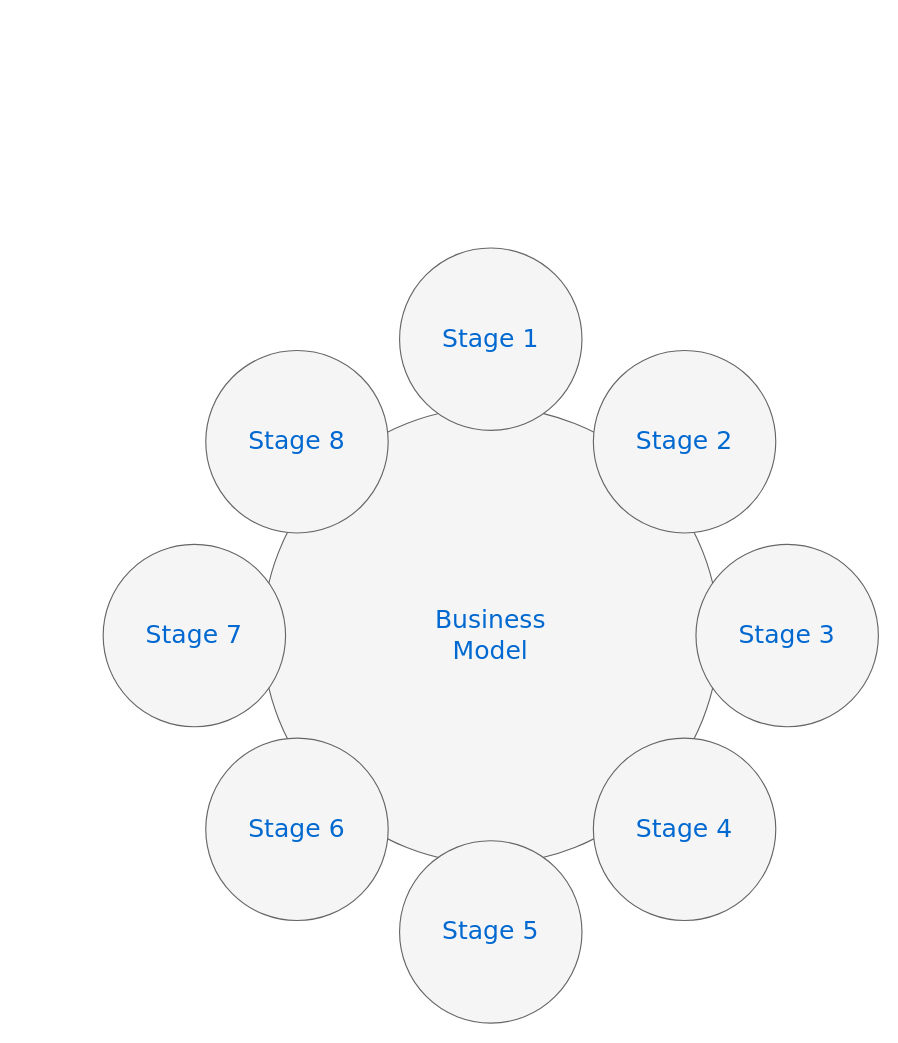
Before: 未命名绘图.drawio in importtao/jdk8demo, a draw.io diagram. Source tidied: cells renumbered, new cells numbered last; positions are measured from the earlier drawing's top-left corner, leaving out a move shared by most shapes. Both pictures are drawn from the tidied source at 114%, with x=0, y=0 at pixel (103, 247).
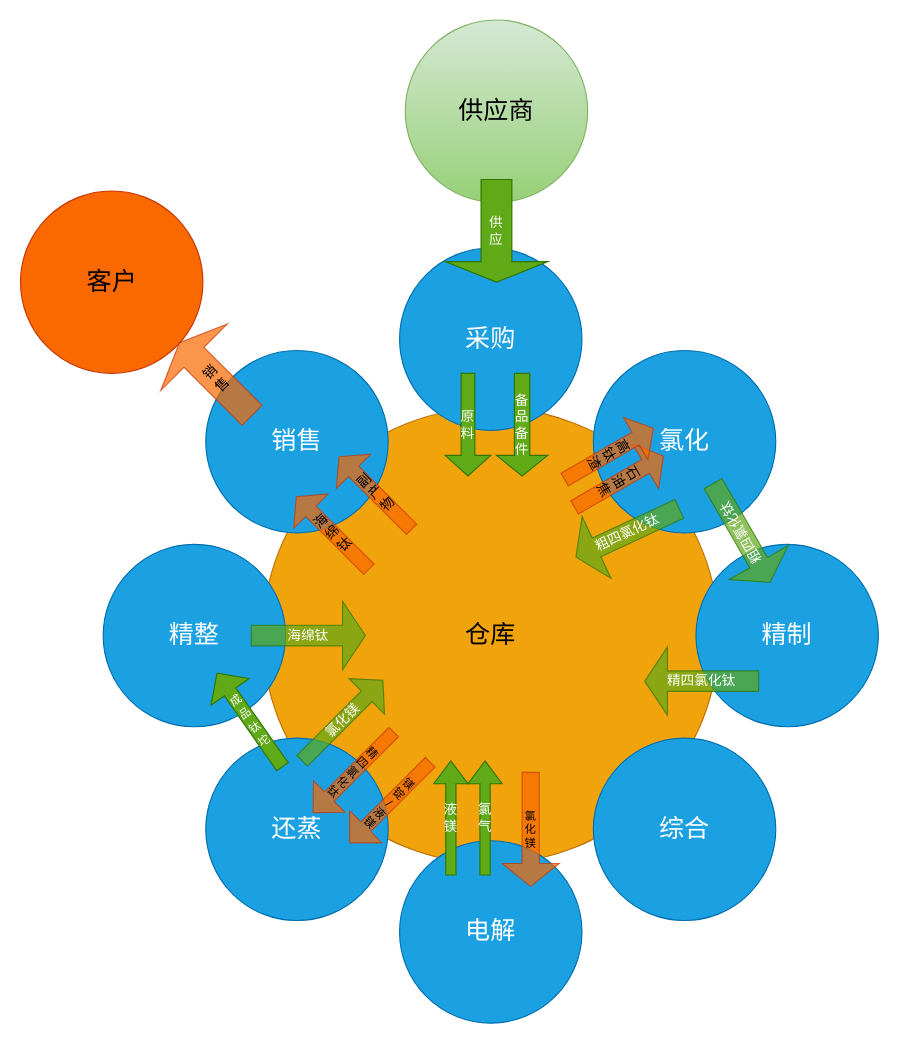
Above is the later version.

Commit message:
物料流转图.drawio

What changed in the source:
```diff
@@
-    <mxCell id="2" value="Business&lt;div&gt;Model&lt;/div&gt;" style="ellipse;whiteSpace=wrap;html=1;rounded=0;shadow=0;dashed=0;comic=0;fontFamily=Verdana;fontSize=22;fontColor=#0069D1;fillColor=#f5f5f5;strokeColor=#666666;" parent="1" vertex="1">
+    <mxCell id="2" value="仓库" style="ellipse;whiteSpace=wrap;html=1;rounded=0;shadow=0;dashed=0;comic=0;fontFamily=Verdana;fontSize=22;fillColor=#f0a30a;strokeColor=#BD7000;fontColor=#000000;" parent="1" vertex="1">
       <mxGeometry x="140" y="140" width="400" height="400" as="geometry" />
     </mxCell>
-    <mxCell id="3" value="Stage 1" style="ellipse;whiteSpace=wrap;html=1;rounded=0;shadow=0;dashed=0;comic=0;fontFamily=Verdana;fontSize=22;fontColor=#0069D1;fillColor=#f5f5f5;strokeColor=#666666;" parent="1" vertex="1">
+    <mxCell id="3" value="采购" style="ellipse;whiteSpace=wrap;html=1;rounded=0;shadow=0;dashed=0;comic=0;fontFamily=Verdana;fontSize=22;fontColor=#ffffff;fillColor=#1ba1e2;strokeColor=#006EAF;" parent="1" vertex="1">
       <mxGeometry x="260" width="160" height="160" as="geometry" />
     </mxCell>
-    <mxCell id="4" value="Stage 5" style="ellipse;whiteSpace=wrap;html=1;rounded=0;shadow=0;dashed=0;comic=0;fontFamily=Verdana;fontSize=22;fontColor=#0069D1;fillColor=#f5f5f5;strokeColor=#666666;" parent="1" vertex="1">
+    <mxCell id="4" value="电解" style="ellipse;whiteSpace=wrap;html=1;rounded=0;shadow=0;dashed=0;comic=0;fontFamily=Verdana;fontSize=22;fontColor=#ffffff;fillColor=#1ba1e2;strokeColor=#006EAF;" parent="1" vertex="1">
       <mxGeometry x="260" y="520" width="160" height="160" as="geometry" />
     </mxCell>
-    <mxCell id="5" value="Stage 3" style="ellipse;whiteSpace=wrap;html=1;rounded=0;shadow=0;dashed=0;comic=0;fontFamily=Verdana;fontSize=22;fontColor=#0069D1;fillColor=#f5f5f5;strokeColor=#666666;" parent="1" vertex="1">
+    <mxCell id="5" value="精制" style="ellipse;whiteSpace=wrap;html=1;rounded=0;shadow=0;dashed=0;comic=0;fontFamily=Verdana;fontSize=22;fontColor=#ffffff;fillColor=#1ba1e2;strokeColor=#006EAF;" parent="1" vertex="1">
       <mxGeometry x="520" y="260" width="160" height="160" as="geometry" />
     </mxCell>
-    <mxCell id="6" value="Stage 7" style="ellipse;whiteSpace=wrap;html=1;rounded=0;shadow=0;dashed=0;comic=0;fontFamily=Verdana;fontSize=22;fontColor=#0069D1;fillColor=#f5f5f5;strokeColor=#666666;" parent="1" vertex="1">
+    <mxCell id="6" value="精整" style="ellipse;whiteSpace=wrap;html=1;rounded=0;shadow=0;dashed=0;comic=0;fontFamily=Verdana;fontSize=22;fontColor=#ffffff;fillColor=#1ba1e2;strokeColor=#006EAF;" parent="1" vertex="1">
       <mxGeometry y="260" width="160" height="160" as="geometry" />
     </mxCell>
-    <mxCell id="7" value="Stage 8" style="ellipse;whiteSpace=wrap;html=1;rounded=0;shadow=0;dashed=0;comic=0;fontFamily=Verdana;fontSize=22;fontColor=#0069D1;fillColor=#f5f5f5;strokeColor=#666666;" parent="1" vertex="1">
+    <mxCell id="7" value="销售" style="ellipse;whiteSpace=wrap;html=1;rounded=0;shadow=0;dashed=0;comic=0;fontFamily=Verdana;fontSize=22;fontColor=#ffffff;fillColor=#1ba1e2;strokeColor=#006EAF;" parent="1" vertex="1">
       <mxGeometry x="90" y="90" width="160" height="160" as="geometry" />
     </mxCell>
-    <mxCell id="8" value="Stage 2" style="ellipse;whiteSpace=wrap;html=1;rounded=0;shadow=0;dashed=0;comic=0;fontFamily=Verdana;fontSize=22;fontColor=#0069D1;fillColor=#f5f5f5;strokeColor=#666666;" parent="1" vertex="1">
+    <mxCell id="8" value="氯化" style="ellipse;whiteSpace=wrap;html=1;rounded=0;shadow=0;dashed=0;comic=0;fontFamily=Verdana;fontSize=22;fontColor=#ffffff;fillColor=#1ba1e2;strokeColor=#006EAF;" parent="1" vertex="1">
       <mxGeometry x="430" y="90" width="160" height="160" as="geometry" />
     </mxCell>
-    <mxCell id="9" value="Stage 4" style="ellipse;whiteSpace=wrap;html=1;rounded=0;shadow=0;dashed=0;comic=0;fontFamily=Verdana;fontSize=22;fontColor=#0069D1;fillColor=#f5f5f5;strokeColor=#666666;" parent="1" vertex="1">
+    <mxCell id="9" value="综合" style="ellipse;whiteSpace=wrap;html=1;rounded=0;shadow=0;dashed=0;comic=0;fontFamily=Verdana;fontSize=22;fontColor=#ffffff;fillColor=#1ba1e2;strokeColor=#006EAF;" parent="1" vertex="1">
       <mxGeometry x="430" y="430" width="160" height="160" as="geometry" />
     </mxCell>
-    <mxCell id="10" value="Stage 6" style="ellipse;whiteSpace=wrap;html=1;rounded=0;shadow=0;dashed=0;comic=0;fontFamily=Verdana;fontSize=22;fontColor=#0069D1;fillColor=#f5f5f5;strokeColor=#666666;" parent="1" vertex="1">
+    <mxCell id="10" value="还蒸" style="ellipse;whiteSpace=wrap;html=1;rounded=0;shadow=0;dashed=0;comic=0;fontFamily=Verdana;fontSize=22;fontColor=#ffffff;fillColor=#1ba1e2;strokeColor=#006EAF;" parent="1" vertex="1">
       <mxGeometry x="90" y="430" width="160" height="160" as="geometry" />
     </mxCell>
+    <mxCell id="11" value="原&lt;br&gt;料" style="shape=singleArrow;direction=south;whiteSpace=wrap;html=1;fillColor=#60a917;strokeColor=#2D7600;fontColor=#ffffff;" parent="1" vertex="1">
+      <mxGeometry x="300" y="110" width="40" height="90" as="geometry" />
+    </mxCell>
+    <mxCell id="12" value="备&lt;br&gt;品&lt;br&gt;备&lt;br&gt;件" style="shape=singleArrow;direction=south;whiteSpace=wrap;html=1;fillColor=#60a917;strokeColor=#2D7600;fontColor=#ffffff;" parent="1" vertex="1">
+      <mxGeometry x="345" y="110" width="45" height="90" as="geometry" />
+    </mxCell>
+    <mxCell id="13" value="海&lt;br&gt;绵&lt;br&gt;钛" style="shape=singleArrow;direction=north;whiteSpace=wrap;html=1;fillColor=#fa6800;rotation=-45;strokeColor=#C73500;fontColor=#000000;opacity=70;" parent="1" vertex="1">
+      <mxGeometry x="180" y="205" width="42.5" height="90" as="geometry" />
+    </mxCell>
+    <mxCell id="14" value="&lt;font style=&quot;font-size: 10px&quot;&gt;成&lt;br&gt;品&lt;br&gt;钛&lt;br&gt;坨&lt;/font&gt;" style="shape=singleArrow;direction=north;whiteSpace=wrap;html=1;fillColor=#60a917;strokeColor=#2D7600;fontColor=#ffffff;rotation=-35;" parent="1" vertex="1">
+      <mxGeometry x="108.1" y="364" width="40.9" height="100" as="geometry" />
+    </mxCell>
+    <mxCell id="15" value="石&lt;br&gt;油&lt;br&gt;焦" style="shape=singleArrow;direction=north;whiteSpace=wrap;html=1;fillColor=#fa6800;rotation=60;strokeColor=#C73500;fontColor=#000000;opacity=70;" parent="1" vertex="1">
+      <mxGeometry x="430" y="160" width="45" height="90" as="geometry" />
+    </mxCell>
+    <mxCell id="16" value="液&lt;br&gt;镁" style="shape=singleArrow;direction=north;whiteSpace=wrap;html=1;fillColor=#60a917;strokeColor=#2D7600;fontColor=#ffffff;rotation=0;" parent="1" vertex="1">
+      <mxGeometry x="290" y="450" width="30" height="100" as="geometry" />
+    </mxCell>
+    <mxCell id="17" value="氯&lt;br&gt;气" style="shape=singleArrow;direction=north;whiteSpace=wrap;html=1;fillColor=#60a917;strokeColor=#2D7600;fontColor=#ffffff;rotation=0;" parent="1" vertex="1">
+      <mxGeometry x="320" y="450" width="30" height="100" as="geometry" />
+    </mxCell>
+    <mxCell id="18" value="海绵钛" style="shape=singleArrow;whiteSpace=wrap;html=1;fillColor=#60a917;opacity=70;fontColor=#ffffff;strokeColor=#2D7600;" parent="1" vertex="1">
+      <mxGeometry x="130" y="310" width="100" height="60" as="geometry" />
+    </mxCell>
+    <mxCell id="19" value="精四氯化钛" style="shape=singleArrow;direction=west;whiteSpace=wrap;html=1;fillColor=#60a917;opacity=70;fontColor=#ffffff;strokeColor=#2D7600;" parent="1" vertex="1">
+      <mxGeometry x="475" y="350" width="100" height="60" as="geometry" />
+    </mxCell>
+    <mxCell id="20" value="粗四氯化钛" style="shape=singleArrow;direction=west;whiteSpace=wrap;html=1;fillColor=#60a917;opacity=70;rotation=-25;fontColor=#ffffff;strokeColor=#2D7600;" parent="1" vertex="1">
+      <mxGeometry x="410" y="220" width="100" height="60" as="geometry" />
+    </mxCell>
+    <mxCell id="21" value="粗四氯化钛" style="shape=singleArrow;direction=west;whiteSpace=wrap;html=1;fillColor=#60a917;opacity=70;rotation=-120;fontColor=#ffffff;strokeColor=#2D7600;" parent="1" vertex="1">
+      <mxGeometry x="510" y="220" width="100" height="60" as="geometry" />
+    </mxCell>
+    <mxCell id="22" value="氯&lt;br&gt;化&lt;br&gt;镁" style="shape=singleArrow;direction=south;whiteSpace=wrap;html=1;fontSize=10;fillColor=#fa6800;opacity=70;fontColor=#000000;strokeColor=#C73500;" parent="1" vertex="1">
+      <mxGeometry x="350" y="460" width="50" height="100" as="geometry" />
+    </mxCell>
+    <mxCell id="23" value="精&lt;br&gt;四&lt;br&gt;氯&lt;br&gt;化&lt;br&gt;钛" style="shape=singleArrow;direction=south;whiteSpace=wrap;html=1;fontSize=10;fillColor=#fa6800;opacity=70;fontColor=#000000;strokeColor=#C73500;rotation=45;" parent="1" vertex="1">
+      <mxGeometry x="200" y="410" width="39" height="100" as="geometry" />
+    </mxCell>
+    <mxCell id="24" value="镁&lt;br&gt;锭&lt;br&gt;/&lt;br&gt;液&lt;br&gt;镁" style="shape=singleArrow;direction=south;whiteSpace=wrap;html=1;fontSize=10;fillColor=#fa6800;opacity=70;fontColor=#000000;strokeColor=#C73500;rotation=45;" parent="1" vertex="1">
+      <mxGeometry x="231.5" y="436.5" width="40" height="100" as="geometry" />
+    </mxCell>
+    <mxCell id="25" value="氯化镁" style="shape=singleArrow;whiteSpace=wrap;html=1;fillColor=#60a917;opacity=70;fontColor=#ffffff;strokeColor=#2D7600;rotation=-45;" parent="1" vertex="1">
+      <mxGeometry x="160" y="392.5" width="100" height="44" as="geometry" />
+    </mxCell>
+    <mxCell id="26" value="客户" style="ellipse;whiteSpace=wrap;html=1;rounded=0;shadow=0;dashed=0;comic=0;fontFamily=Verdana;fontSize=22;fontColor=#000000;fillColor=#fa6800;strokeColor=#C73500;" parent="1" vertex="1">
+      <mxGeometry x="-72.5" y="-50" width="160" height="160" as="geometry" />
+    </mxCell>
+    <mxCell id="27" value="供应商" style="ellipse;whiteSpace=wrap;html=1;rounded=0;shadow=0;dashed=0;comic=0;fontFamily=Verdana;fontSize=22;fillColor=#d5e8d4;strokeColor=#82b366;gradientColor=#97d077;" parent="1" vertex="1">
+      <mxGeometry x="265" y="-200" width="160" height="160" as="geometry" />
+    </mxCell>
+    <mxCell id="28" value="高&lt;br&gt;钛&lt;br&gt;渣" style="shape=singleArrow;direction=north;whiteSpace=wrap;html=1;fillColor=#fa6800;rotation=60;strokeColor=#C73500;fontColor=#000000;opacity=70;" parent="1" vertex="1">
+      <mxGeometry x="422.5" y="135.7" width="42.5" height="90" as="geometry" />
+    </mxCell>
+    <mxCell id="29" value="副&lt;br&gt;产&lt;br&gt;物" style="shape=singleArrow;direction=north;whiteSpace=wrap;html=1;fillColor=#fa6800;rotation=-45;strokeColor=#C73500;fontColor=#000000;opacity=70;" parent="1" vertex="1">
+      <mxGeometry x="217.5" y="170" width="42.5" height="90" as="geometry" />
+    </mxCell>
+    <mxCell id="30" value="销&lt;br&gt;售" style="shape=singleArrow;direction=north;whiteSpace=wrap;html=1;fillColor=#fa6800;rotation=-45;strokeColor=#C73500;fontColor=#000000;opacity=70;" parent="1" vertex="1">
+      <mxGeometry x="57.5" y="70" width="82.5" height="90" as="geometry" />
+    </mxCell>
+    <mxCell id="31" value="供&lt;br&gt;应" style="shape=singleArrow;direction=south;whiteSpace=wrap;html=1;fillColor=#60a917;strokeColor=#2D7600;fontColor=#ffffff;" parent="1" vertex="1">
+      <mxGeometry x="300" y="-60" width="90" height="90" as="geometry" />
+    </mxCell>
```
